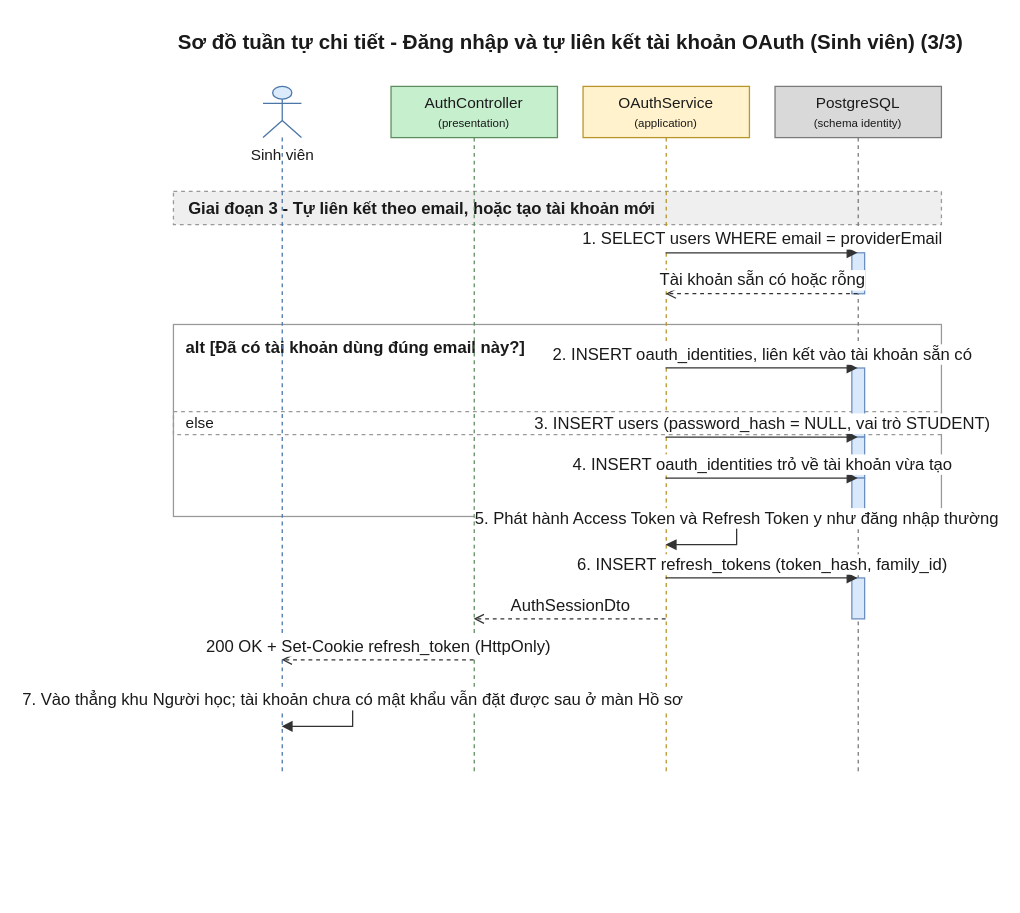
The draw.io diagram 08-diagram/sequence/user/sequence_user_lien_ket_oauth_p3.drawio in daiphu1801/PRJ_ALGOPREP, before the edit. Source tidied: cells renumbered, new cells numbered last; positions are measured from the earlier drawing's top-left corner, leaving out a move shared by most shapes. Both pictures are drawn from the tidied source at 128%, with x=0, y=0 at pixel (173, 22).
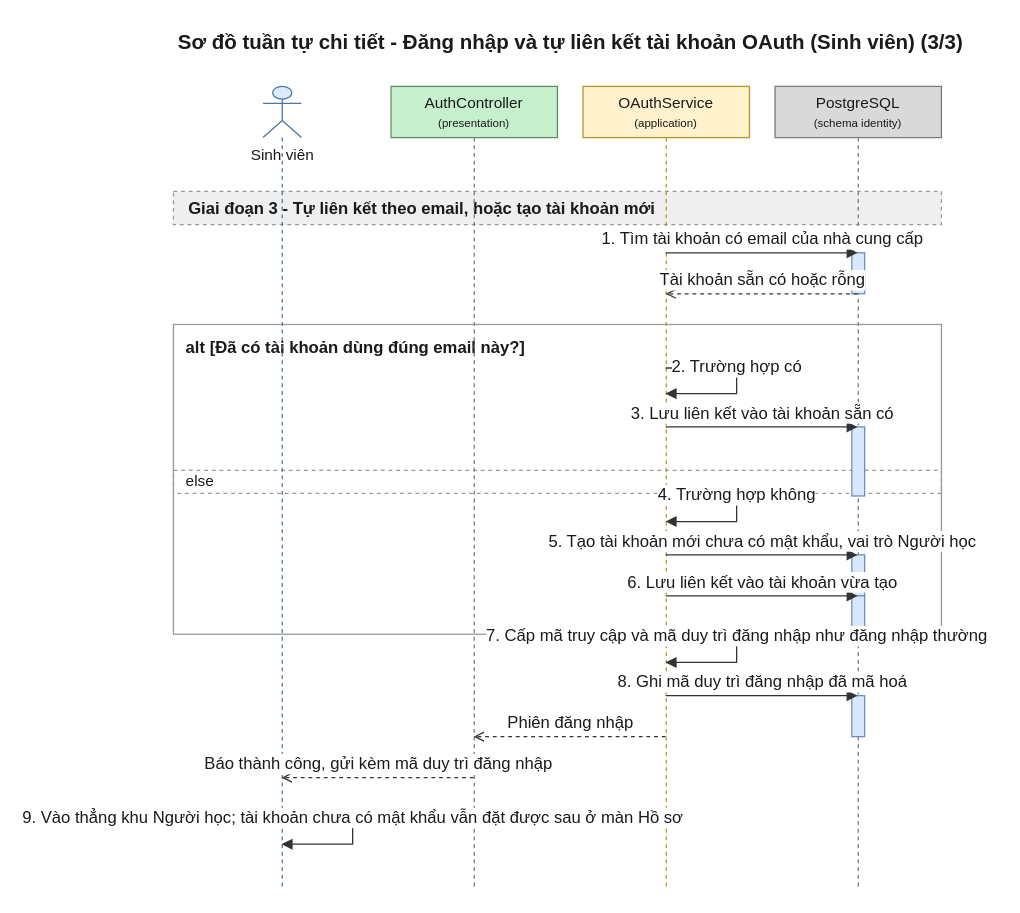
Above is the later version.

What changed in the source:
```diff
@@
     <mxCell id="3" value="alt [Đã có tài khoản dùng đúng email này?]" style="algoprep=alt;rounded=0;whiteSpace=wrap;html=1;fillColor=none;strokeColor=#999999;verticalAlign=top;align=left;spacingLeft=8;spacingTop=4;fontColor=#1A1A1A;fontSize=13;fontStyle=1;dashed=0;" parent="1" vertex="1">
-      <mxGeometry y="236" width="600" height="150" as="geometry" />
+      <mxGeometry y="236" width="600" height="242" as="geometry" />
     </mxCell>
     <mxCell id="4" value="else" style="text;html=1;dashed=1;strokeColor=#999999;fillColor=none;align=left;verticalAlign=middle;spacingLeft=8;fontColor=#1A1A1A;fontSize=12;" parent="1" vertex="1">
-      <mxGeometry y="304" width="600" height="18" as="geometry" />
+      <mxGeometry y="350" width="600" height="18" as="geometry" />
     </mxCell>
@@
     <mxCell id="6" value="Sinh viên" style="shape=umlLifeline;participant=umlActor;perimeter=lifelinePerimeter;html=1;outlineConnect=0;size=40;verticalAlign=top;spacingTop=40;fillColor=#DCEBFC;strokeColor=#4A76A8;fontColor=#1A1A1A;" parent="1" vertex="1">
-      <mxGeometry x="70" y="50" width="30" height="536" as="geometry" />
+      <mxGeometry x="70" y="50" width="30" height="628" as="geometry" />
     </mxCell>
     <mxCell id="7" value="AuthController&lt;br&gt;&lt;font style=&quot;font-size:9px&quot;&gt;(presentation)&lt;/font&gt;" style="shape=umlLifeline;perimeter=lifelinePerimeter;whiteSpace=wrap;html=1;outlineConnect=0;size=40;fillColor=#C6EFCE;strokeColor=#5E8E5E;fontColor=#1A1A1A;" parent="1" vertex="1">
-      <mxGeometry x="170" y="50" width="130" height="536" as="geometry" />
+      <mxGeometry x="170" y="50" width="130" height="628" as="geometry" />
     </mxCell>
     <mxCell id="8" value="OAuthService&lt;br&gt;&lt;font style=&quot;font-size:9px&quot;&gt;(application)&lt;/font&gt;" style="shape=umlLifeline;perimeter=lifelinePerimeter;whiteSpace=wrap;html=1;outlineConnect=0;size=40;fillColor=#FFF2CC;strokeColor=#B8952A;fontColor=#1A1A1A;" parent="1" vertex="1">
-      <mxGeometry x="320" y="50" width="130" height="536" as="geometry" />
+      <mxGeometry x="320" y="50" width="130" height="628" as="geometry" />
     </mxCell>
     <mxCell id="9" value="PostgreSQL&lt;br&gt;&lt;font style=&quot;font-size:9px&quot;&gt;(schema identity)&lt;/font&gt;" style="shape=umlLifeline;perimeter=lifelinePerimeter;whiteSpace=wrap;html=1;outlineConnect=0;size=40;fillColor=#D9D9D9;strokeColor=#7A7A7A;fontColor=#1A1A1A;" parent="1" vertex="1">
-      <mxGeometry x="470" y="50" width="130" height="536" as="geometry" />
+      <mxGeometry x="470" y="50" width="130" height="628" as="geometry" />
     </mxCell>
@@
     <mxCell id="11" style="html=1;perimeter=orthogonalPerimeter;targetShapes=umlLifeline;fillColor=#DAE8FC;strokeColor=#6C8EBF;" parent="9" vertex="1">
-      <mxGeometry x="60" y="220" width="10" height="54" as="geometry" />
+      <mxGeometry x="60" y="266" width="10" height="54" as="geometry" />
     </mxCell>
     <mxCell id="12" style="html=1;perimeter=orthogonalPerimeter;targetShapes=umlLifeline;fillColor=#DAE8FC;strokeColor=#6C8EBF;" parent="9" vertex="1">
-      <mxGeometry x="60" y="274" width="10" height="32" as="geometry" />
+      <mxGeometry x="60" y="366" width="10" height="32" as="geometry" />
     </mxCell>
     <mxCell id="13" style="html=1;perimeter=orthogonalPerimeter;targetShapes=umlLifeline;fillColor=#DAE8FC;strokeColor=#6C8EBF;" parent="9" vertex="1">
-      <mxGeometry x="60" y="306" width="10" height="32" as="geometry" />
+      <mxGeometry x="60" y="398" width="10" height="32" as="geometry" />
     </mxCell>
     <mxCell id="14" style="html=1;perimeter=orthogonalPerimeter;targetShapes=umlLifeline;fillColor=#DAE8FC;strokeColor=#6C8EBF;" parent="9" vertex="1">
-      <mxGeometry x="60" y="384" width="10" height="32" as="geometry" />
+      <mxGeometry x="60" y="476" width="10" height="32" as="geometry" />
     </mxCell>
-    <mxCell id="15" value="1. SELECT users WHERE email = providerEmail" style="edgeStyle=none;html=1;endArrow=block;endFill=1;strokeColor=#333333;fontColor=#1A1A1A;fontSize=13;verticalAlign=bottom;exitX=0.5;exitY=0.2425;exitDx=0;exitDy=0;entryX=0.5;entryY=0.2425;entryDx=0;entryDy=0;" parent="1" edge="1" source="8" target="9">
+    <mxCell id="15" value="1. Tìm tài khoản có email của nhà cung cấp" style="edgeStyle=none;html=1;endArrow=block;endFill=1;strokeColor=#333333;fontColor=#1A1A1A;fontSize=13;verticalAlign=bottom;exitX=0.5;exitY=0.2070;exitDx=0;exitDy=0;entryX=0.5;entryY=0.2070;entryDx=0;entryDy=0;" parent="1" edge="1" source="8" target="9">
       <mxGeometry relative="1" as="geometry" />
     </mxCell>
-    <mxCell id="16" value="Tài khoản sẵn có hoặc rỗng" style="edgeStyle=none;html=1;endArrow=open;endFill=0;dashed=1;strokeColor=#333333;fontColor=#1A1A1A;fontSize=13;verticalAlign=bottom;exitX=0.5;exitY=0.3022;exitDx=0;exitDy=0;entryX=0.5;entryY=0.3022;entryDx=0;entryDy=0;" parent="1" edge="1" source="9" target="8">
+    <mxCell id="16" value="Tài khoản sẵn có hoặc rỗng" style="edgeStyle=none;html=1;endArrow=open;endFill=0;dashed=1;strokeColor=#333333;fontColor=#1A1A1A;fontSize=13;verticalAlign=bottom;exitX=0.5;exitY=0.2580;exitDx=0;exitDy=0;entryX=0.5;entryY=0.2580;entryDx=0;entryDy=0;" parent="1" edge="1" source="9" target="8">
       <mxGeometry relative="1" as="geometry" />
     </mxCell>
-    <mxCell id="17" value="2. INSERT oauth_identities, liên kết vào tài khoản sẵn có" style="edgeStyle=none;html=1;endArrow=block;endFill=1;strokeColor=#333333;fontColor=#1A1A1A;fontSize=13;verticalAlign=bottom;exitX=0.5;exitY=0.4104;exitDx=0;exitDy=0;entryX=0.5;entryY=0.4104;entryDx=0;entryDy=0;" parent="1" edge="1" source="8" target="9">
-      <mxGeometry relative="1" as="geometry" />
+    <mxCell id="17" value="2. Trường hợp có" style="edgeStyle=orthogonalEdgeStyle;rounded=0;html=1;endArrow=block;endFill=1;strokeColor=#333333;fontColor=#1A1A1A;fontSize=13;verticalAlign=bottom;exitX=0.5;exitY=0.3503;exitDx=0;exitDy=0;entryX=0.5;entryY=0.3822;entryDx=0;entryDy=0;" parent="1" edge="1" source="8" target="8">
+      <mxGeometry relative="1" as="geometry">
+        <Array as="points">
+          <mxPoint x="440" y="270" />
+          <mxPoint x="440" y="290" />
+        </Array>
+      </mxGeometry>
     </mxCell>
-    <mxCell id="18" value="3. INSERT users (password_hash = NULL, vai trò STUDENT)" style="edgeStyle=none;html=1;endArrow=block;endFill=1;strokeColor=#333333;fontColor=#1A1A1A;fontSize=13;verticalAlign=bottom;exitX=0.5;exitY=0.5112;exitDx=0;exitDy=0;entryX=0.5;entryY=0.5112;entryDx=0;entryDy=0;" parent="1" edge="1" source="8" target="9">
+    <mxCell id="18" value="3. Lưu liên kết vào tài khoản sẵn có" style="edgeStyle=none;html=1;endArrow=block;endFill=1;strokeColor=#333333;fontColor=#1A1A1A;fontSize=13;verticalAlign=bottom;exitX=0.5;exitY=0.4236;exitDx=0;exitDy=0;entryX=0.5;entryY=0.4236;entryDx=0;entryDy=0;" parent="1" edge="1" source="8" target="9">
       <mxGeometry relative="1" as="geometry" />
     </mxCell>
-    <mxCell id="19" value="4. INSERT oauth_identities trỏ về tài khoản vừa tạo" style="edgeStyle=none;html=1;endArrow=block;endFill=1;strokeColor=#333333;fontColor=#1A1A1A;fontSize=13;verticalAlign=bottom;exitX=0.5;exitY=0.5709;exitDx=0;exitDy=0;entryX=0.5;entryY=0.5709;entryDx=0;entryDy=0;" parent="1" edge="1" source="8" target="9">
-      <mxGeometry relative="1" as="geometry" />
+    <mxCell id="19" value="4. Trường hợp không" style="edgeStyle=orthogonalEdgeStyle;rounded=0;html=1;endArrow=block;endFill=1;strokeColor=#333333;fontColor=#1A1A1A;fontSize=13;verticalAlign=bottom;exitX=0.5;exitY=0.5096;exitDx=0;exitDy=0;entryX=0.5;entryY=0.5414;entryDx=0;entryDy=0;" parent="1" edge="1" source="8" target="8">
+      <mxGeometry relative="1" as="geometry">
+        <Array as="points">
+          <mxPoint x="440" y="370" />
+          <mxPoint x="440" y="390" />
+        </Array>
+      </mxGeometry>
     </mxCell>
-    <mxCell id="20" value="5. Phát hành Access Token và Refresh Token y như đăng nhập thường" style="edgeStyle=orthogonalEdgeStyle;rounded=0;html=1;endArrow=block;endFill=1;strokeColor=#333333;fontColor=#1A1A1A;fontSize=13;verticalAlign=bottom;exitX=0.5;exitY=0.6306;exitDx=0;exitDy=0;entryX=0.5;entryY=0.6679;entryDx=0;entryDy=0;" parent="1" edge="1" source="8" target="8">
-      <mxGeometry relative="1" as="geometry">
-        <Array as="points">
-          <mxPoint x="440" y="388" />
-          <mxPoint x="440" y="408" />
-        </Array>
-      </mxGeometry>
+    <mxCell id="20" value="5. Tạo tài khoản mới chưa có mật khẩu, vai trò Người học" style="edgeStyle=none;html=1;endArrow=block;endFill=1;strokeColor=#333333;fontColor=#1A1A1A;fontSize=13;verticalAlign=bottom;exitX=0.5;exitY=0.5828;exitDx=0;exitDy=0;entryX=0.5;entryY=0.5828;entryDx=0;entryDy=0;" parent="1" edge="1" source="8" target="9">
+      <mxGeometry relative="1" as="geometry" />
     </mxCell>
-    <mxCell id="21" value="6. INSERT refresh_tokens (token_hash, family_id)" style="edgeStyle=none;html=1;endArrow=block;endFill=1;strokeColor=#333333;fontColor=#1A1A1A;fontSize=13;verticalAlign=bottom;exitX=0.5;exitY=0.7164;exitDx=0;exitDy=0;entryX=0.5;entryY=0.7164;entryDx=0;entryDy=0;" parent="1" edge="1" source="8" target="9">
+    <mxCell id="21" value="6. Lưu liên kết vào tài khoản vừa tạo" style="edgeStyle=none;html=1;endArrow=block;endFill=1;strokeColor=#333333;fontColor=#1A1A1A;fontSize=13;verticalAlign=bottom;exitX=0.5;exitY=0.6338;exitDx=0;exitDy=0;entryX=0.5;entryY=0.6338;entryDx=0;entryDy=0;" parent="1" edge="1" source="8" target="9">
       <mxGeometry relative="1" as="geometry" />
     </mxCell>
-    <mxCell id="22" value="AuthSessionDto" style="edgeStyle=none;html=1;endArrow=open;endFill=0;dashed=1;strokeColor=#333333;fontColor=#1A1A1A;fontSize=13;verticalAlign=bottom;exitX=0.5;exitY=0.7761;exitDx=0;exitDy=0;entryX=0.5;entryY=0.7761;entryDx=0;entryDy=0;" parent="1" edge="1" source="8" target="7">
-      <mxGeometry relative="1" as="geometry" />
+    <mxCell id="22" value="7. Cấp mã truy cập và mã duy trì đăng nhập như đăng nhập thường" style="edgeStyle=orthogonalEdgeStyle;rounded=0;html=1;endArrow=block;endFill=1;strokeColor=#333333;fontColor=#1A1A1A;fontSize=13;verticalAlign=bottom;exitX=0.5;exitY=0.6847;exitDx=0;exitDy=0;entryX=0.5;entryY=0.7166;entryDx=0;entryDy=0;" parent="1" edge="1" source="8" target="8">
+      <mxGeometry relative="1" as="geometry">
+        <Array as="points">
+          <mxPoint x="440" y="480" />
+          <mxPoint x="440" y="500" />
+        </Array>
+      </mxGeometry>
     </mxCell>
-    <mxCell id="23" value="200 OK + Set-Cookie refresh_token (HttpOnly)" style="edgeStyle=none;html=1;endArrow=open;endFill=0;dashed=1;strokeColor=#333333;fontColor=#1A1A1A;fontSize=13;verticalAlign=bottom;exitX=0.5;exitY=0.8358;exitDx=0;exitDy=0;entryX=0.5;entryY=0.8358;entryDx=0;entryDy=0;" parent="1" edge="1" source="7" target="6">
+    <mxCell id="23" value="8. Ghi mã duy trì đăng nhập đã mã hoá" style="edgeStyle=none;html=1;endArrow=block;endFill=1;strokeColor=#333333;fontColor=#1A1A1A;fontSize=13;verticalAlign=bottom;exitX=0.5;exitY=0.7580;exitDx=0;exitDy=0;entryX=0.5;entryY=0.7580;entryDx=0;entryDy=0;" parent="1" edge="1" source="8" target="9">
       <mxGeometry relative="1" as="geometry" />
     </mxCell>
-    <mxCell id="24" value="7. Vào thẳng khu Người học; tài khoản chưa có mật khẩu vẫn đặt được sau ở màn Hồ sơ" style="edgeStyle=orthogonalEdgeStyle;rounded=0;html=1;endArrow=block;endFill=1;strokeColor=#333333;fontColor=#1A1A1A;fontSize=13;verticalAlign=bottom;exitX=0.5;exitY=0.8955;exitDx=0;exitDy=0;entryX=0.5;entryY=0.9328;entryDx=0;entryDy=0;" parent="1" edge="1" source="6" target="6">
-      <mxGeometry relative="1" as="geometry">
-        <Array as="points">
-          <mxPoint x="140" y="530" />
-          <mxPoint x="140" y="550" />
-        </Array>
-      </mxGeometry>
+    <mxCell id="24" value="Phiên đăng nhập" style="edgeStyle=none;html=1;endArrow=open;endFill=0;dashed=1;strokeColor=#333333;fontColor=#1A1A1A;fontSize=13;verticalAlign=bottom;exitX=0.5;exitY=0.8089;exitDx=0;exitDy=0;entryX=0.5;entryY=0.8089;entryDx=0;entryDy=0;" parent="1" edge="1" source="8" target="7">
+      <mxGeometry relative="1" as="geometry" />
     </mxCell>
+    <mxCell id="25" value="Báo thành công, gửi kèm mã duy trì đăng nhập" style="edgeStyle=none;html=1;endArrow=open;endFill=0;dashed=1;strokeColor=#333333;fontColor=#1A1A1A;fontSize=13;verticalAlign=bottom;exitX=0.5;exitY=0.8599;exitDx=0;exitDy=0;entryX=0.5;entryY=0.8599;entryDx=0;entryDy=0;" parent="1" edge="1" source="7" target="6">
+      <mxGeometry relative="1" as="geometry" />
+    </mxCell>
+    <mxCell id="26" value="9. Vào thẳng khu Người học; tài khoản chưa có mật khẩu vẫn đặt được sau ở màn Hồ sơ" style="edgeStyle=orthogonalEdgeStyle;rounded=0;html=1;endArrow=block;endFill=1;strokeColor=#333333;fontColor=#1A1A1A;fontSize=13;verticalAlign=bottom;exitX=0.5;exitY=0.9108;exitDx=0;exitDy=0;entryX=0.5;entryY=0.9427;entryDx=0;entryDy=0;" parent="1" edge="1" source="6" target="6">
+      <mxGeometry relative="1" as="geometry">
+        <Array as="points">
+          <mxPoint x="140" y="622" />
+          <mxPoint x="140" y="642" />
+        </Array>
+      </mxGeometry>
+    </mxCell>
```
